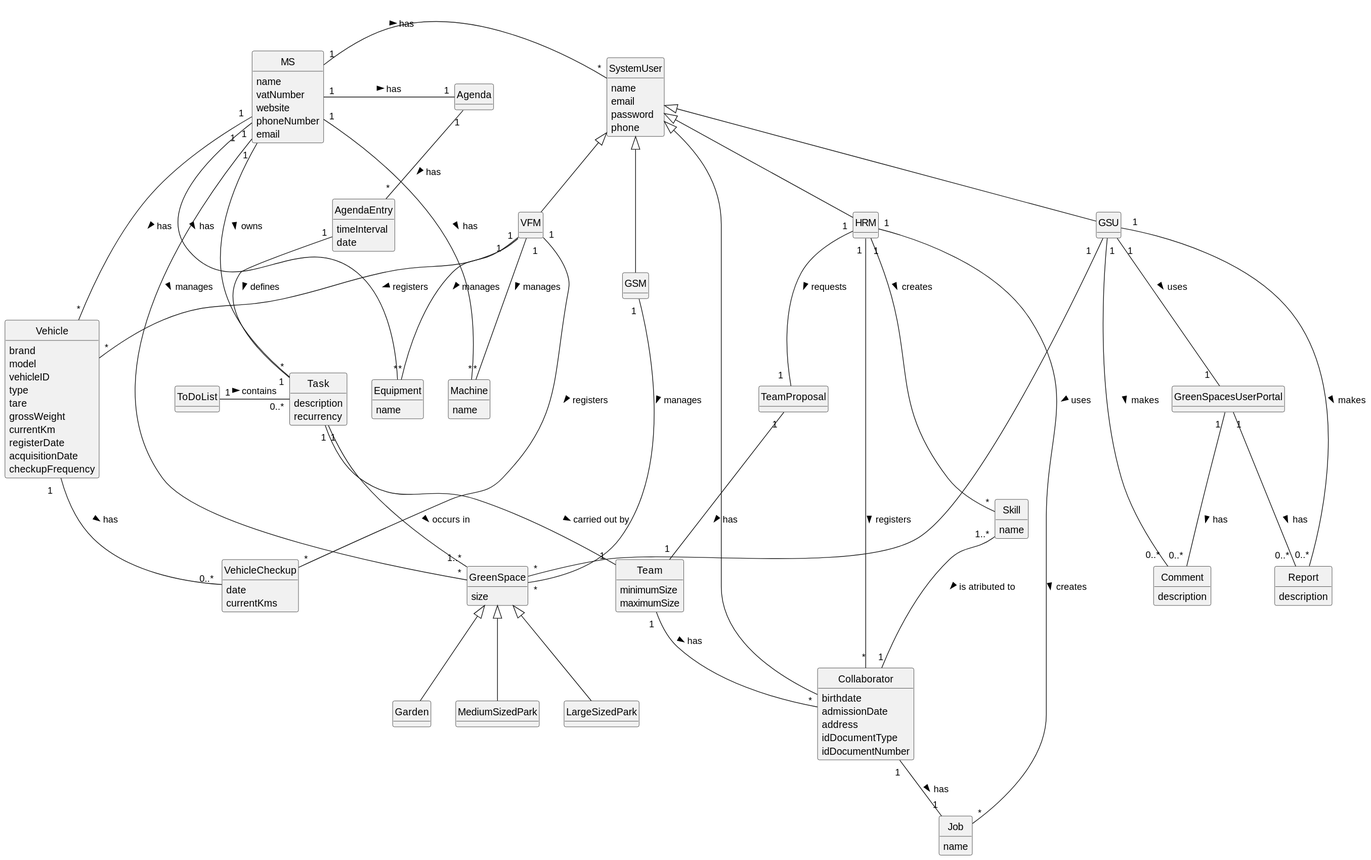
The PlantUML diagram docs/sprintB/global-artifacts/02.analysis/svg/project-domain-model.svg in Departamento-de-Engenharia-Informatica/lei-24-s2-1do-g164, before a commit. Its diagram source:
```plantuml
@startuml
skinparam monochrome true
skinparam packageStyle rectangle
skinparam shadowing false
skinparam classAttributeIconSize 0
hide circle
hide methods



class MS {
    name
    vatNumber
    website
    phoneNumber
    email

}

class GreenSpace {
    size
}

class Garden
class MediumSizedPark
class LargeSizedPark

class SystemUser {
    name
    email
    password
    phone

}
class HRM {
}
class VFM {
}
class Collaborator {
    birthdate
    admissionDate
    address
    idDocumentType
    idDocumentNumber
}
class GSM {
}
class GSU {
}

class TeamProposal {
}

class Team {
minimumSize
maximumSize
}

class Skill {
    name
}

class Job {
    name
}

class Task {
    description
    recurrency
}

class VehicleCheckup {

    date
    currentKms
}

class Vehicle {
   brand
   model
   vehicleID
   type
   tare
   grossWeight
   currentKm
   registerDate
   acquisitionDate
   checkupFrequency
}

class Machine {
    name
}

class Equipment {
    name
}

class Agenda {
}

class AgendaEntry {
    timeInterval
    date
}

class GreenSpacesUserPortal{
}

class Comment{
    description
}
class Report{
    description
}



class ToDoList{

}


SystemUser <|-- HRM
SystemUser <|-- VFM
SystemUser <|-- Collaborator
SystemUser <|-- GSM
SystemUser <|-- GSU

GreenSpace <|-- Garden
GreenSpace <|-- MediumSizedPark
GreenSpace <|-- LargeSizedPark

Task "1" -- "1..*" GreenSpace : occurs in >

Agenda "1" -- "*" AgendaEntry : has >
AgendaEntry "1" -- "1" Task : defines >


VFM " 1" -- "*" Vehicle : registers >
VFM "  1 " -- "*" Machine : manages >
VFM "  1    " -- "*" Equipment : manages >
Vehicle "1   " -- "0..* " VehicleCheckup : has >
VFM "1 " -- "*" VehicleCheckup : registers >
GSU"  1  " -- "0..*" Report: makes >
GSU"  1  " -- "0..* " Comment: makes >
GSU"  1  " -- "1  " GreenSpacesUserPortal:  uses >
GreenSpacesUserPortal "1  " -- "0..* " Report : has >
GreenSpacesUserPortal "1 " -- "0..* " Comment : has >

MS "1" - "*" SystemUser : has >
MS "1  " - "*" Task: owns >
MS "1" - "*" Machine : has >
MS "1 " - "*" Vehicle : has >
MS "1" - "*" Equipment : has >

Task "1" - "1  " Team:   carried out by   >
ToDoList "1" - "0..*" Task: contains >

HRM "1 " -- "*" Collaborator : registers >
HRM "1 " -- "*" Job : creates >
HRM "1 " -- "*" Skill : creates >
HRM "1" -- "1  " TeamProposal : requests >
TeamProposal "1 " --"1 " Team: has >
Team "1 " -- "*" Collaborator: has >
Skill "1..*" - "1" Collaborator: is atributed to >
Collaborator "1 " -- "1" Job : has >
MS "1" - "1" Agenda : has >
MS "1    " - "*" GreenSpace: manages >
GSU"1   " - "*" GreenSpace: uses >
GSM "1 " - "*" GreenSpace: manages >
@enduml
```
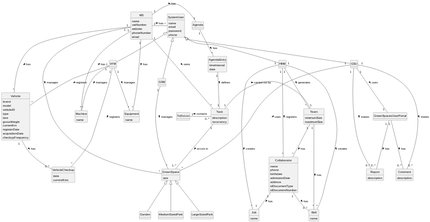
After the change.

Commit message:
(docs): project domain model- removed teamProposal class and small changes

Change to the diagram source:
```diff
@@ -37,6 +37,8 @@
 class VFM {
 }
 class Collaborator {
+    name
+    phone
     birthdate
     admissionDate
     address
@@ -48,8 +50,7 @@
 class GSU {
 }
 
-class TeamProposal {
-}
+
 
 class Team {
 minimumSize
@@ -123,7 +124,6 @@
 
 SystemUser <|-- HRM
 SystemUser <|-- VFM
-SystemUser <|-- Collaborator
 SystemUser <|-- GSM
 SystemUser <|-- GSU
 
@@ -154,19 +154,20 @@
 MS "1 " - "*" Vehicle : has >
 MS "1" - "*" Equipment : has >
 
-Task "1" - "1  " Team:   carried out by   >
+Task "1" - "1" Team:   carried out by   >
 ToDoList "1" - "0..*" Task: contains >
 
 HRM "1 " -- "*" Collaborator : registers >
 HRM "1 " -- "*" Job : creates >
 HRM "1 " -- "*" Skill : creates >
-HRM "1" -- "1  " TeamProposal : requests >
-TeamProposal "1 " --"1 " Team: has >
+HRM "1" -- "  *  " Team : generates >
+
 Team "1 " -- "*" Collaborator: has >
-Skill "1..*" - "1" Collaborator: is atributed to >
-Collaborator "1 " -- "1" Job : has >
+Collaborator "1 " -- "  0..*" Skill : has >
+Collaborator "1 " -- "1  " Job : has >
 MS "1" - "1" Agenda : has >
 MS "1    " - "*" GreenSpace: manages >
 GSU"1   " - "*" GreenSpace: uses >
 GSM "1 " - "*" GreenSpace: manages >
+Team "1 " -- "*" Skill: has >
 @enduml
```
